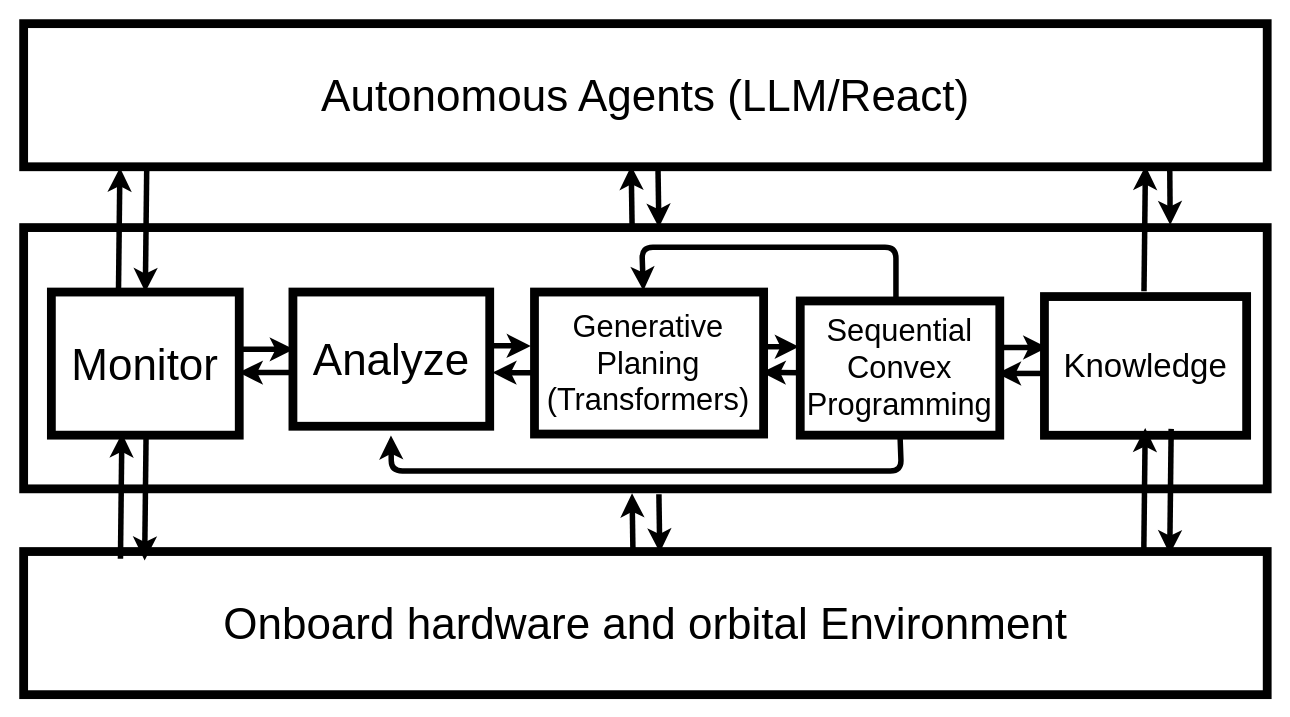
hmartinez00/genai_oos_orbital_agents keeps this draw.io diagram as codes/fig1.drawio. Above is the earlier version. Source tidied: cells renumbered, new cells numbered last; positions are measured from the earlier drawing's top-left corner, leaving out a move shared by most shapes. Both pictures are drawn from the tidied source at 110%, with x=0, y=0 at pixel (23, 23). Pictures stored in the file or linked from it are replaced by grey dashed boxes.
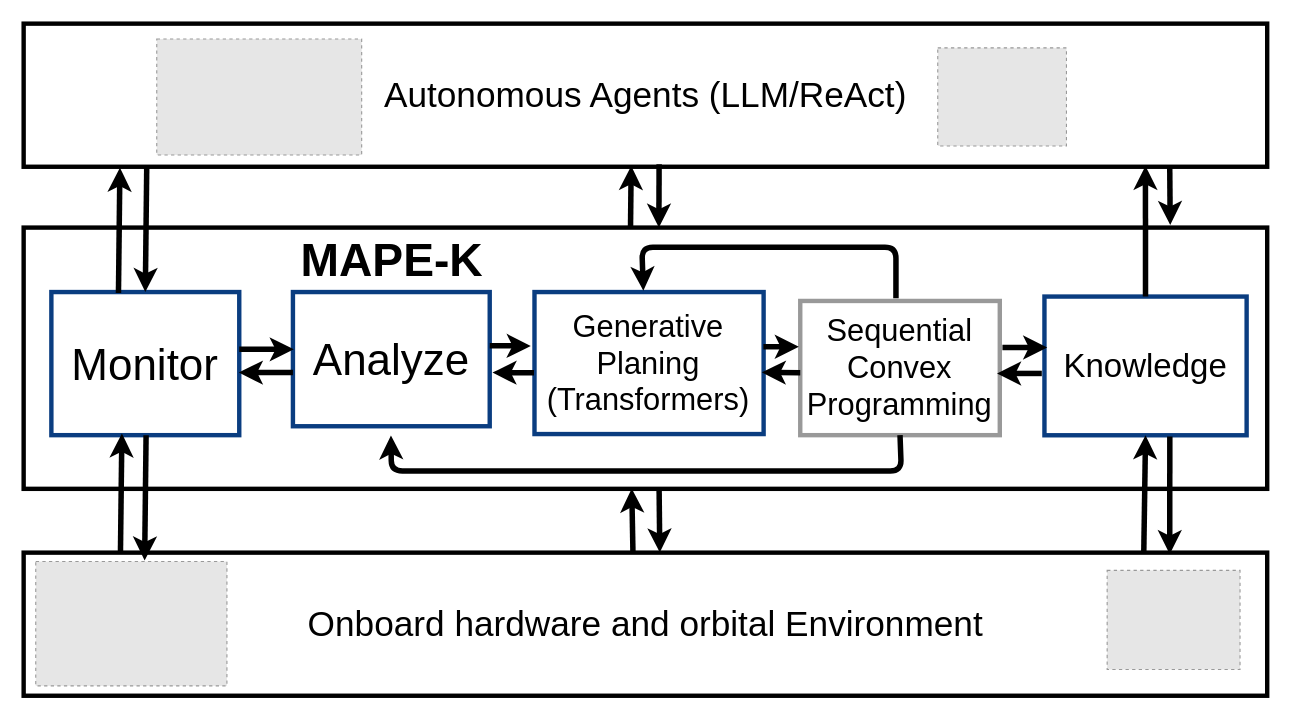
The same diagram, later.

What changed in the source:
```diff
@@
-    <mxCell id="2" style="rounded=0;whiteSpace=wrap;html=1;strokeWidth=8;fillColor=none;strokeColor=light-dark(#000000,#FF9933);" parent="1" vertex="1">
+    <mxCell id="2" style="rounded=0;whiteSpace=wrap;html=1;strokeWidth=4;fillColor=none;strokeColor=light-dark(#000000,#FF9933);" parent="1" vertex="1">
       <mxGeometry y="185.4" width="1130.5" height="237.5" as="geometry" />
     </mxCell>
-    <mxCell id="3" value="&lt;font style=&quot;color: light-dark(rgb(0, 0, 0), rgb(0, 0, 255)); font-size: 40px;&quot;&gt;Autonomous Agents (LLM/React)&lt;/font&gt;" style="rounded=0;whiteSpace=wrap;html=1;strokeWidth=8;fillColor=none;strokeColor=light-dark(#000000,#0000FF);" parent="1" vertex="1">
+    <mxCell id="3" value="&lt;font style=&quot;color: light-dark(rgb(0, 0, 0), rgb(0, 0, 255)); font-size: 32px;&quot;&gt;Autonomous Agents (LLM/ReAct)&lt;/font&gt;" style="rounded=0;whiteSpace=wrap;html=1;strokeWidth=4;fillColor=none;strokeColor=light-dark(#000000,#0000FF);" parent="1" vertex="1">
       <mxGeometry width="1130.5" height="130.1" as="geometry" />
     </mxCell>
-    <mxCell id="4" value="&lt;font style=&quot;font-size: 40px; color: light-dark(rgb(0, 0, 0), rgb(0, 0, 255));&quot;&gt;Onboard hardware and orbital Environment&lt;/font&gt;" style="rounded=0;whiteSpace=wrap;html=1;strokeWidth=8;fillColor=none;strokeColor=light-dark(#000000,#0000FF);labelBackgroundColor=none;" parent="1" vertex="1">
-      <mxGeometry y="479.9" width="1130.5" height="130.1" as="geometry" />
+    <mxCell id="4" value="&lt;font style=&quot;color: light-dark(rgb(0, 0, 0), rgb(0, 0, 255)); font-size: 32px;&quot;&gt;Onboard hardware and orbital Environment&lt;/font&gt;" style="rounded=0;whiteSpace=wrap;html=1;strokeWidth=4;fillColor=none;strokeColor=light-dark(#000000,#0000FF);labelBackgroundColor=none;" parent="1" vertex="1">
+      <mxGeometry y="480.9" width="1130.5" height="130.1" as="geometry" />
     </mxCell>
-    <mxCell id="5" value="&lt;font style=&quot;font-size: 40px; color: light-dark(rgb(0, 0, 0), rgb(0, 0, 255));&quot;&gt;Monitor&lt;/font&gt;" style="rounded=0;whiteSpace=wrap;html=1;strokeWidth=8;fillColor=none;strokeColor=light-dark(#000000,#0000FF);" parent="1" vertex="1">
+    <mxCell id="5" value="&lt;font style=&quot;font-size: 40px; color: light-dark(rgb(0, 0, 0), rgb(0, 0, 255));&quot;&gt;Monitor&lt;/font&gt;" style="rounded=0;whiteSpace=wrap;html=1;strokeWidth=4;fillColor=none;strokeColor=light-dark(#0A3D80,#0000FF);" parent="1" vertex="1">
       <mxGeometry x="25.2" y="244" width="170.8" height="130.1" as="geometry" />
     </mxCell>
-    <mxCell id="6" value="&lt;font style=&quot;font-size: 40px; color: light-dark(rgb(0, 0, 0), rgb(0, 0, 255));&quot;&gt;Analyze&lt;/font&gt;" style="rounded=0;whiteSpace=wrap;html=1;strokeWidth=8;fillColor=none;strokeColor=light-dark(#000000,#0000FF);" parent="1" vertex="1">
+    <mxCell id="6" value="&lt;font style=&quot;font-size: 40px; color: light-dark(rgb(0, 0, 0), rgb(0, 0, 255));&quot;&gt;Analyze&lt;/font&gt;" style="rounded=0;whiteSpace=wrap;html=1;strokeWidth=4;fillColor=none;strokeColor=light-dark(#0A3D80,#0000FF);" parent="1" vertex="1">
       <mxGeometry x="244.8" y="244" width="178.9" height="122" as="geometry" />
     </mxCell>
-    <mxCell id="7" value="&lt;font style=&quot;color: light-dark(rgb(0, 0, 0), rgb(0, 0, 255)); font-size: 28px;&quot;&gt;Generative Planing (Transformers)&lt;/font&gt;" style="rounded=0;whiteSpace=wrap;html=1;strokeWidth=8;fillColor=none;strokeColor=light-dark(#000000,#0000FF);" parent="1" vertex="1">
+    <mxCell id="7" value="&lt;font style=&quot;color: light-dark(rgb(0, 0, 0), rgb(0, 0, 255)); font-size: 28px;&quot;&gt;Generative Planing (Transformers)&lt;/font&gt;" style="rounded=0;whiteSpace=wrap;html=1;strokeWidth=4;fillColor=none;strokeColor=light-dark(#0A3D80,#0000FF);" parent="1" vertex="1">
       <mxGeometry x="464.4" y="244" width="208.3" height="129.1" as="geometry" />
     </mxCell>
-    <mxCell id="8" value="&lt;font style=&quot;color: light-dark(rgb(0, 0, 0), rgb(0, 0, 255)); font-size: 28px;&quot;&gt;Sequential Convex Programming&lt;/font&gt;" style="rounded=0;whiteSpace=wrap;html=1;strokeWidth=8;fillColor=none;strokeColor=light-dark(#000000,#0000FF);" parent="1" vertex="1">
+    <mxCell id="8" value="&lt;font style=&quot;color: light-dark(rgb(0, 0, 0), rgb(0, 0, 255)); font-size: 28px;&quot;&gt;Sequential Convex Programming&lt;/font&gt;" style="rounded=0;whiteSpace=wrap;html=1;strokeWidth=4;fillColor=none;strokeColor=light-dark(#999999,#0000FF);" parent="1" vertex="1">
       <mxGeometry x="706" y="252.1" width="181.4" height="122" as="geometry" />
     </mxCell>
-    <mxCell id="9" value="&lt;font style=&quot;color: light-dark(rgb(0, 0, 0), rgb(0, 0, 255)); font-size: 30px;&quot;&gt;Knowledge&lt;/font&gt;" style="rounded=0;whiteSpace=wrap;html=1;strokeWidth=8;fillColor=none;strokeColor=light-dark(#000000,#0000FF);" parent="1" vertex="1">
+    <mxCell id="9" value="&lt;font style=&quot;color: light-dark(rgb(0, 0, 0), rgb(0, 0, 255)); font-size: 30px;&quot;&gt;Knowledge&lt;/font&gt;" style="rounded=0;whiteSpace=wrap;html=1;strokeWidth=4;fillColor=none;strokeColor=light-dark(#0A3D80,#0000FF);" parent="1" vertex="1">
       <mxGeometry x="928" y="248.1" width="183.8" height="126.1" as="geometry" />
     </mxCell>
@@
-    <mxCell id="14" style="edgeStyle=none;html=1;strokeColor=light-dark(#000000,#0000FF);strokeWidth=5;exitX=0.101;exitY=1.063;exitDx=0;exitDy=0;exitPerimeter=0;entryX=0.5;entryY=0;entryDx=0;entryDy=0;" parent="1" edge="1">
+    <mxCell id="14" style="edgeStyle=none;html=1;strokeColor=light-dark(#000000,#0000FF);strokeWidth=5;entryX=0.5;entryY=0;entryDx=0;entryDy=0;" parent="1" edge="1">
       <mxGeometry relative="1" as="geometry">
-        <mxPoint x="88" y="486.4" as="sourcePoint" />
+        <mxPoint x="88" y="481" as="sourcePoint" />
         <mxPoint x="89.3" y="372.5" as="targetPoint" />
       </mxGeometry>
     </mxCell>
@@
-    <mxCell id="16" style="edgeStyle=none;html=1;strokeColor=light-dark(#000000,#0000FF);strokeWidth=5;exitX=0.101;exitY=1.063;exitDx=0;exitDy=0;exitPerimeter=0;entryX=0.5;entryY=0;entryDx=0;entryDy=0;" parent="1" edge="1">
+    <mxCell id="16" style="edgeStyle=none;html=1;strokeColor=light-dark(#000000,#0000FF);strokeWidth=5;entryX=0.5;entryY=0;entryDx=0;entryDy=0;exitX=0.5;exitY=0;exitDx=0;exitDy=0;" parent="1" edge="1" source="9">
       <mxGeometry relative="1" as="geometry">
-        <mxPoint x="1018.5" y="243.2" as="sourcePoint" />
         <mxPoint x="1019.8" y="129.3" as="targetPoint" />
       </mxGeometry>
     </mxCell>
-    <mxCell id="17" style="edgeStyle=none;html=1;strokeColor=light-dark(#000000,#0000FF);strokeWidth=5;exitX=0.101;exitY=1.063;exitDx=0;exitDy=0;exitPerimeter=0;entryX=0.5;entryY=0;entryDx=0;entryDy=0;" parent="1" edge="1">
+    <mxCell id="17" style="edgeStyle=none;html=1;strokeColor=light-dark(#000000,#0000FF);strokeWidth=5;exitX=0.101;exitY=1.063;exitDx=0;exitDy=0;exitPerimeter=0;entryX=0.5;entryY=1;entryDx=0;entryDy=0;" parent="1" edge="1" target="9">
       <mxGeometry relative="1" as="geometry">
         <mxPoint x="1018.3" y="481.5" as="sourcePoint" />
-        <mxPoint x="1019.6" y="367.6" as="targetPoint" />
       </mxGeometry>
     </mxCell>
-    <mxCell id="18" style="edgeStyle=none;html=1;strokeColor=light-dark(#000000,#0000FF);strokeWidth=5;exitX=0.101;exitY=1.063;exitDx=0;exitDy=0;exitPerimeter=0;entryX=0.5;entryY=0;entryDx=0;entryDy=0;" parent="1" edge="1">
+    <mxCell id="18" style="edgeStyle=none;html=1;strokeColor=light-dark(#000000,#0000FF);strokeWidth=5;entryX=0.5;entryY=0;entryDx=0;entryDy=0;exitX=0.62;exitY=1.008;exitDx=0;exitDy=0;exitPerimeter=0;" parent="1" edge="1" source="9">
       <mxGeometry relative="1" as="geometry">
-        <mxPoint x="1043.2" y="368.4" as="sourcePoint" />
         <mxPoint x="1041.9" y="482.3" as="targetPoint" />
       </mxGeometry>
     </mxCell>
@@
-    <mxCell id="20" style="endArrow=classic;html=1;strokeColor=light-dark(#000000,#0000FF);strokeWidth=5;entryX=0.922;entryY=-0.01;entryDx=0;entryDy=0;entryPerimeter=0;" parent="1" edge="1">
+    <mxCell id="20" style="endArrow=classic;html=1;strokeColor=light-dark(#000000,#0000FF);strokeWidth=5;entryX=0.922;entryY=-0.01;entryDx=0;entryDy=0;entryPerimeter=0;exitX=0.511;exitY=0.982;exitDx=0;exitDy=0;exitPerimeter=0;" parent="1" edge="1" source="3">
       <mxGeometry relative="1" as="geometry">
-        <mxPoint x="576.7" y="132.6" as="sourcePoint" />
         <mxPoint x="577.5" y="185.4" as="targetPoint" />
       </mxGeometry>
     </mxCell>
-    <mxCell id="21" style="endArrow=classic;html=1;strokeColor=light-dark(#000000,#0000FF);strokeWidth=5;entryX=0.922;entryY=-0.01;entryDx=0;entryDy=0;entryPerimeter=0;" parent="1" edge="1">
+    <mxCell id="21" style="endArrow=classic;html=1;strokeColor=light-dark(#000000,#0000FF);strokeWidth=5;entryX=0.922;entryY=-0.01;entryDx=0;entryDy=0;entryPerimeter=0;exitX=0.488;exitY=0.004;exitDx=0;exitDy=0;exitPerimeter=0;" parent="1" edge="1" source="2">
       <mxGeometry relative="1" as="geometry">
-        <mxPoint x="553.1" y="182.2" as="sourcePoint" />
         <mxPoint x="552.3" y="129.3" as="targetPoint" />
       </mxGeometry>
     </mxCell>
-    <mxCell id="22" style="endArrow=classic;html=1;strokeColor=light-dark(#000000,#0000FF);strokeWidth=5;entryX=0.922;entryY=-0.01;entryDx=0;entryDy=0;entryPerimeter=0;" parent="1" edge="1">
+    <mxCell id="22" style="endArrow=classic;html=1;strokeColor=light-dark(#000000,#0000FF);strokeWidth=5;entryX=0.489;entryY=0.999;entryDx=0;entryDy=0;entryPerimeter=0;" parent="1" edge="1" target="2">
       <mxGeometry relative="1" as="geometry">
         <mxPoint x="553.9" y="479.9" as="sourcePoint" />
-        <mxPoint x="553.1" y="427" as="targetPoint" />
       </mxGeometry>
     </mxCell>
-    <mxCell id="23" style="endArrow=classic;html=1;strokeColor=light-dark(#000000,#0000FF);strokeWidth=5;entryX=0.922;entryY=-0.01;entryDx=0;entryDy=0;entryPerimeter=0;" parent="1" edge="1">
+    <mxCell id="23" style="endArrow=classic;html=1;strokeColor=light-dark(#000000,#0000FF);strokeWidth=5;entryX=0.922;entryY=-0.01;entryDx=0;entryDy=0;entryPerimeter=0;exitX=0.511;exitY=0.999;exitDx=0;exitDy=0;exitPerimeter=0;" parent="1" edge="1" source="2">
       <mxGeometry relative="1" as="geometry">
-        <mxPoint x="577.5" y="427.8" as="sourcePoint" />
         <mxPoint x="578.3" y="480.7" as="targetPoint" />
       </mxGeometry>
     </mxCell>
@@
+    <mxCell id="32" value="&lt;font style=&quot;color: rgb(0, 0, 0); font-size: 42px;&quot;&gt;&lt;b style=&quot;&quot;&gt;&lt;font style=&quot;&quot;&gt;MAPE&lt;/font&gt;-K&lt;/b&gt;&lt;/font&gt;" style="text;strokeColor=none;align=center;fillColor=none;html=1;verticalAlign=middle;whiteSpace=wrap;rounded=0;" parent="1" vertex="1">
+      <mxGeometry x="250" y="201" width="170" height="30" as="geometry" />
+    </mxCell>
+    <mxCell id="33" style="fillColor=#E6E6E6;strokeColor=#999999;dashed=1;verticalLabelPosition=bottom;labelBackgroundColor=default;verticalAlign=top;" parent="1" vertex="1">
+      <mxGeometry x="121" y="14" width="186.3" height="105.4" as="geometry" />
+    </mxCell>
+    <mxCell id="34" style="fillColor=#E6E6E6;strokeColor=#999999;dashed=1;verticalLabelPosition=bottom;labelBackgroundColor=default;verticalAlign=top;" parent="1" vertex="1">
+      <mxGeometry x="831" y="22" width="117" height="89.2" as="geometry" />
+    </mxCell>
+    <mxCell id="35" style="fillColor=#E6E6E6;strokeColor=#999999;dashed=1;verticalLabelPosition=bottom;labelBackgroundColor=default;verticalAlign=top;" parent="1" vertex="1">
+      <mxGeometry x="11" y="489" width="173.8" height="113" as="geometry" />
+    </mxCell>
+    <mxCell id="36" style="fillColor=#E6E6E6;strokeColor=#999999;dashed=1;verticalLabelPosition=bottom;labelBackgroundColor=default;verticalAlign=top;" parent="1" vertex="1">
+      <mxGeometry x="985" y="497" width="120.8" height="90.1" as="geometry" />
+    </mxCell>
```
